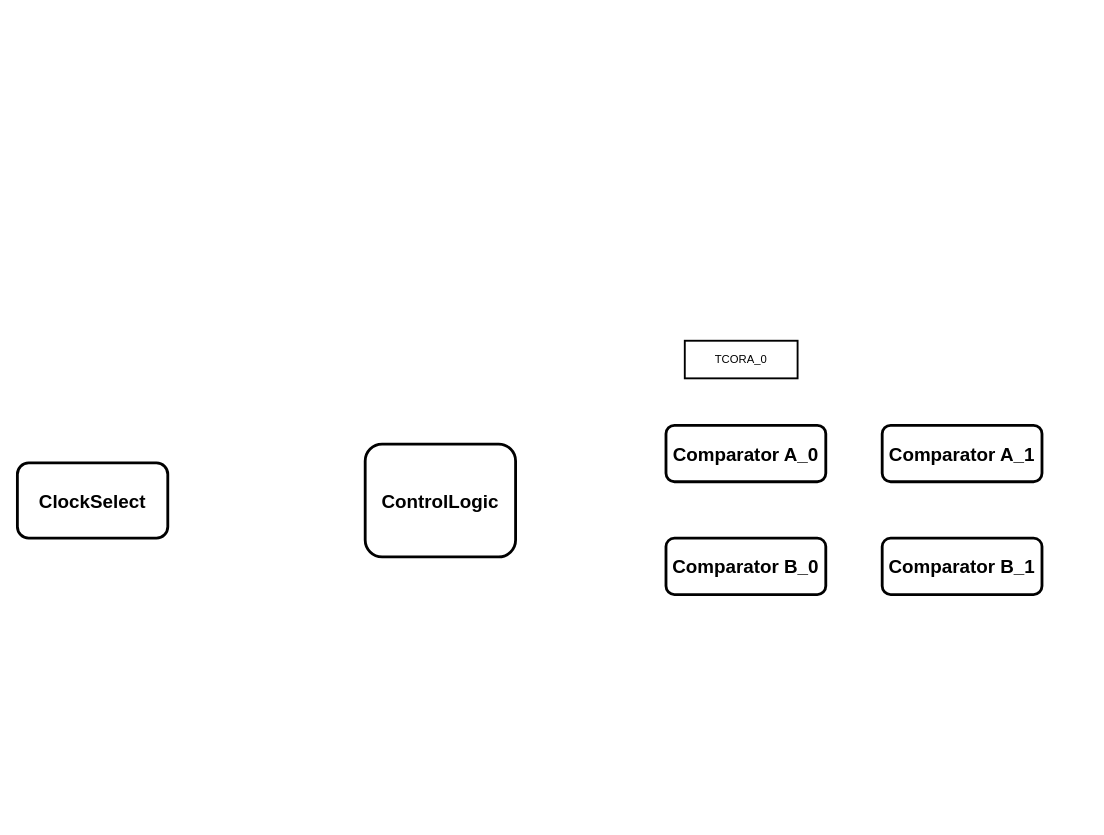
phat-tech123/8-bit-Timer keeps this draw.io diagram as 8bit_Timer.drawio. Above is the earlier version. Source tidied: cells renumbered, new cells numbered last; positions are measured from the earlier drawing's top-left corner, leaving out a move shared by most shapes. Both pictures are drawn from the tidied source at 94%, with x=0, y=0 at pixel (17, 340).
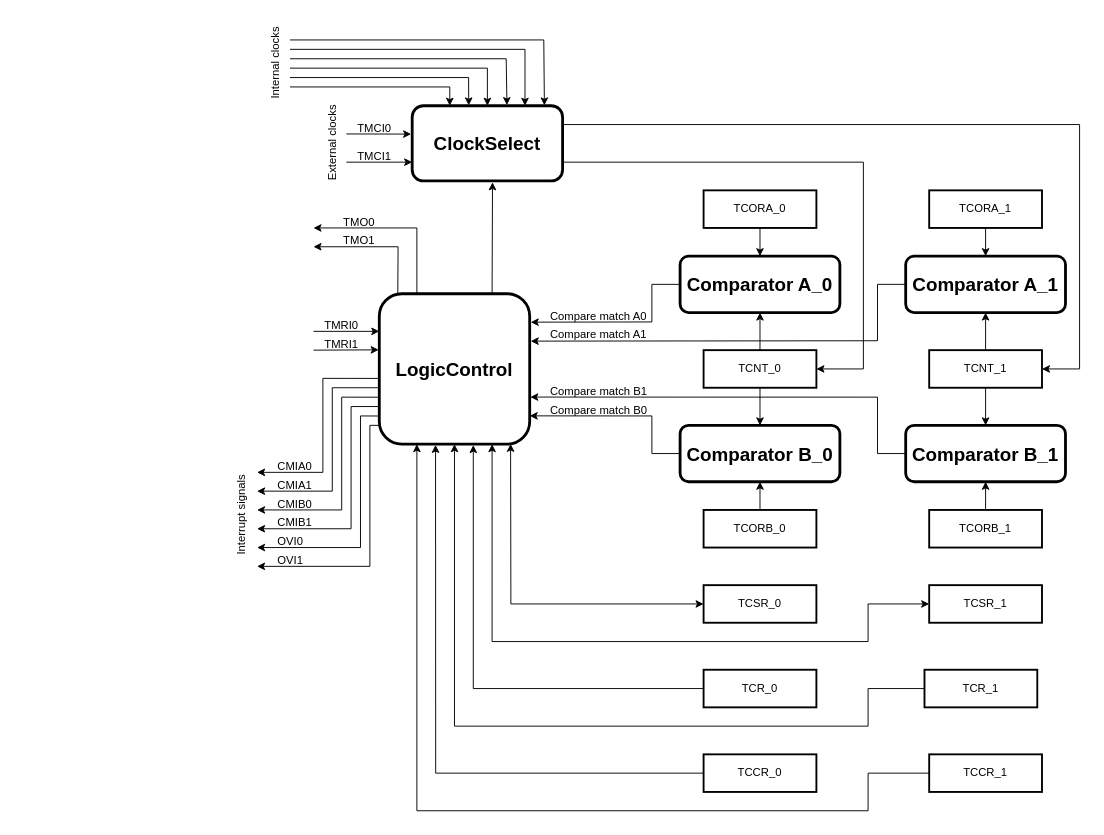
The same page after the edit.

Diff of the diagram source:
```diff
@@
     <mxCell id="2" value="&lt;font style=&quot;font-size: 20px;&quot;&gt;&lt;span&gt;ClockSelect&lt;/span&gt;&lt;/font&gt;" style="rounded=1;whiteSpace=wrap;html=1;fontStyle=1;strokeWidth=3;" parent="1" vertex="1">
-      <mxGeometry y="130" width="160" height="80" as="geometry" />
+      <mxGeometry x="420" y="-250" width="160" height="80" as="geometry" />
     </mxCell>
-    <mxCell id="3" value="&lt;font style=&quot;font-size: 20px;&quot;&gt;ControlLogic&lt;/font&gt;" style="rounded=1;whiteSpace=wrap;html=1;strokeWidth=3;fontStyle=1;" parent="1" vertex="1">
-      <mxGeometry x="370" y="110" width="160" height="120" as="geometry" />
+    <mxCell id="3" value="&lt;font style=&quot;font-size: 20px;&quot;&gt;LogicControl&lt;/font&gt;" style="rounded=1;whiteSpace=wrap;html=1;strokeWidth=3;fontStyle=1;" parent="1" vertex="1">
+      <mxGeometry x="385" y="-50" width="160" height="160" as="geometry" />
     </mxCell>
     <mxCell id="4" value="&lt;font style=&quot;font-size: 20px;&quot;&gt;Comparator A_0&lt;/font&gt;" style="rounded=1;whiteSpace=wrap;html=1;strokeWidth=3;fontStyle=1;" parent="1" vertex="1">
-      <mxGeometry x="690" y="90" width="170" height="60" as="geometry" />
+      <mxGeometry x="705" y="-90" width="170" height="60" as="geometry" />
     </mxCell>
     <mxCell id="5" value="&lt;font style=&quot;font-size: 20px;&quot;&gt;Comparator A_1&lt;/font&gt;" style="rounded=1;whiteSpace=wrap;html=1;strokeWidth=3;fontStyle=1;" parent="1" vertex="1">
-      <mxGeometry x="920" y="90" width="170" height="60" as="geometry" />
+      <mxGeometry x="945" y="-90" width="170" height="60" as="geometry" />
     </mxCell>
     <mxCell id="6" value="&lt;font style=&quot;font-size: 20px;&quot;&gt;Comparator B_0&lt;/font&gt;" style="rounded=1;whiteSpace=wrap;html=1;strokeWidth=3;fontStyle=1;" parent="1" vertex="1">
-      <mxGeometry x="690" y="210" width="170" height="60" as="geometry" />
+      <mxGeometry x="705" y="90" width="170" height="60" as="geometry" />
     </mxCell>
     <mxCell id="7" value="&lt;font style=&quot;font-size: 20px;&quot;&gt;Comparator B_1&lt;/font&gt;" style="rounded=1;whiteSpace=wrap;html=1;strokeWidth=3;fontStyle=1;" parent="1" vertex="1">
-      <mxGeometry x="920" y="210" width="170" height="60" as="geometry" />
+      <mxGeometry x="945" y="90" width="170" height="60" as="geometry" />
     </mxCell>
     <mxCell id="8" value="TCORA_0" style="rounded=0;whiteSpace=wrap;html=1;strokeWidth=2;" parent="1" vertex="1">
-      <mxGeometry x="710" width="120" height="40" as="geometry" />
+      <mxGeometry x="730" y="-160" width="120" height="40" as="geometry" />
     </mxCell>
+    <mxCell id="9" value="TCORA_1" style="rounded=0;whiteSpace=wrap;html=1;strokeWidth=2;" parent="1" vertex="1">
+      <mxGeometry x="970" y="-160" width="120" height="40" as="geometry" />
+    </mxCell>
+    <mxCell id="10" value="TCNT_0" style="rounded=0;whiteSpace=wrap;html=1;strokeWidth=2;" parent="1" vertex="1">
+      <mxGeometry x="730" y="10" width="120" height="40" as="geometry" />
+    </mxCell>
+    <mxCell id="11" value="TCNT_1" style="rounded=0;whiteSpace=wrap;html=1;strokeWidth=2;" parent="1" vertex="1">
+      <mxGeometry x="970" y="10" width="120" height="40" as="geometry" />
+    </mxCell>
+    <mxCell id="12" value="TCORB_0" style="rounded=0;whiteSpace=wrap;html=1;strokeWidth=2;" parent="1" vertex="1">
+      <mxGeometry x="730" y="180" width="120" height="40" as="geometry" />
+    </mxCell>
+    <mxCell id="13" value="TCORB_1" style="rounded=0;whiteSpace=wrap;html=1;strokeWidth=2;" parent="1" vertex="1">
+      <mxGeometry x="970" y="180" width="120" height="40" as="geometry" />
+    </mxCell>
+    <mxCell id="14" style="endArrow=classic;html=1;rounded=0;exitX=0.5;exitY=1;exitDx=0;exitDy=0;entryX=0.5;entryY=0;entryDx=0;entryDy=0;" parent="1" edge="1" source="8" target="4">
+      <mxGeometry relative="1" as="geometry" />
+    </mxCell>
+    <mxCell id="15" style="endArrow=classic;html=1;rounded=0;exitX=0.5;exitY=1;exitDx=0;exitDy=0;entryX=0.5;entryY=0;entryDx=0;entryDy=0;" parent="1" edge="1" source="9" target="5">
+      <mxGeometry relative="1" as="geometry" />
+    </mxCell>
+    <mxCell id="16" style="endArrow=classic;html=1;rounded=0;exitX=0.5;exitY=0;exitDx=0;exitDy=0;entryX=0.5;entryY=1;entryDx=0;entryDy=0;" parent="1" edge="1" source="11" target="5">
+      <mxGeometry relative="1" as="geometry" />
+    </mxCell>
+    <mxCell id="17" style="endArrow=classic;html=1;rounded=0;entryX=0.5;entryY=1;entryDx=0;entryDy=0;exitX=0.5;exitY=0;exitDx=0;exitDy=0;" parent="1" edge="1" source="10" target="4">
+      <mxGeometry relative="1" as="geometry" />
+    </mxCell>
+    <mxCell id="18" style="endArrow=classic;html=1;rounded=0;exitX=0.5;exitY=1;exitDx=0;exitDy=0;entryX=0.5;entryY=0;entryDx=0;entryDy=0;" parent="1" edge="1" source="10" target="6">
+      <mxGeometry relative="1" as="geometry" />
+    </mxCell>
+    <mxCell id="19" style="endArrow=classic;html=1;rounded=0;exitX=0.5;exitY=1;exitDx=0;exitDy=0;entryX=0.5;entryY=0;entryDx=0;entryDy=0;" parent="1" edge="1" source="11" target="7">
+      <mxGeometry relative="1" as="geometry" />
+    </mxCell>
+    <mxCell id="20" style="endArrow=classic;html=1;rounded=0;entryX=0.5;entryY=1;entryDx=0;entryDy=0;exitX=0.5;exitY=0;exitDx=0;exitDy=0;" parent="1" edge="1" source="12" target="6">
+      <mxGeometry relative="1" as="geometry" />
+    </mxCell>
+    <mxCell id="21" style="endArrow=classic;html=1;rounded=0;entryX=0.5;entryY=1;entryDx=0;entryDy=0;exitX=0.5;exitY=0;exitDx=0;exitDy=0;" parent="1" edge="1" source="13" target="7">
+      <mxGeometry relative="1" as="geometry" />
+    </mxCell>
+    <mxCell id="22" style="endArrow=classic;html=1;rounded=0;exitX=0;exitY=0.5;exitDx=0;exitDy=0;entryX=1.007;entryY=0.189;entryDx=0;entryDy=0;entryPerimeter=0;" parent="1" edge="1" source="4" target="3">
+      <mxGeometry relative="1" as="geometry">
+        <Array as="points">
+          <mxPoint x="675" y="-60" />
+          <mxPoint x="675" y="-20" />
+        </Array>
+      </mxGeometry>
+    </mxCell>
+    <mxCell id="23" style="endArrow=classic;html=1;rounded=0;exitX=0;exitY=0.5;exitDx=0;exitDy=0;entryX=1;entryY=0.812;entryDx=0;entryDy=0;entryPerimeter=0;" parent="1" edge="1" source="6" target="3">
+      <mxGeometry relative="1" as="geometry">
+        <Array as="points">
+          <mxPoint x="675" y="120" />
+          <mxPoint x="675" y="80" />
+        </Array>
+      </mxGeometry>
+    </mxCell>
+    <mxCell id="24" style="endArrow=classic;html=1;rounded=0;exitX=0;exitY=0.5;exitDx=0;exitDy=0;entryX=1.007;entryY=0.315;entryDx=0;entryDy=0;entryPerimeter=0;" parent="1" edge="1" source="5" target="3">
+      <mxGeometry relative="1" as="geometry">
+        <Array as="points">
+          <mxPoint x="915" y="-60" />
+          <mxPoint x="915" />
+        </Array>
+      </mxGeometry>
+    </mxCell>
+    <mxCell id="25" style="endArrow=classic;html=1;rounded=0;exitX=0;exitY=0.5;exitDx=0;exitDy=0;entryX=1.004;entryY=0.687;entryDx=0;entryDy=0;entryPerimeter=0;" parent="1" edge="1" source="7" target="3">
+      <mxGeometry relative="1" as="geometry">
+        <Array as="points">
+          <mxPoint x="915" y="120" />
+          <mxPoint x="915" y="60" />
+        </Array>
+      </mxGeometry>
+    </mxCell>
+    <mxCell id="26" value="Compare match A0" style="text;whiteSpace=wrap;" parent="1" vertex="1">
+      <mxGeometry x="565" y="-40" width="140" height="40" as="geometry" />
+    </mxCell>
+    <mxCell id="27" value="Compare match A1" style="text;whiteSpace=wrap;" parent="1" vertex="1">
+      <mxGeometry x="565" y="-20" width="140" height="40" as="geometry" />
+    </mxCell>
+    <mxCell id="28" value="Compare match B0" style="text;whiteSpace=wrap;" parent="1" vertex="1">
+      <mxGeometry x="565" y="60" width="140" height="40" as="geometry" />
+    </mxCell>
+    <mxCell id="29" value="Compare match B1" style="text;whiteSpace=wrap;" parent="1" vertex="1">
+      <mxGeometry x="565" y="40" width="140" height="40" as="geometry" />
+    </mxCell>
+    <mxCell id="30" value="TCSR_1" style="rounded=0;whiteSpace=wrap;html=1;strokeWidth=2;" parent="1" vertex="1">
+      <mxGeometry x="970" y="260" width="120" height="40" as="geometry" />
+    </mxCell>
+    <mxCell id="31" value="TCSR_0" style="rounded=0;whiteSpace=wrap;html=1;strokeWidth=2;" parent="1" vertex="1">
+      <mxGeometry x="730" y="260" width="120" height="40" as="geometry" />
+    </mxCell>
+    <mxCell id="32" style="endArrow=classic;startArrow=classic;html=1;rounded=0;entryX=0.873;entryY=0.998;entryDx=0;entryDy=0;entryPerimeter=0;exitX=0;exitY=0.5;exitDx=0;exitDy=0;" parent="1" edge="1" source="31" target="3">
+      <mxGeometry relative="1" as="geometry">
+        <Array as="points">
+          <mxPoint x="525" y="280" />
+        </Array>
+      </mxGeometry>
+    </mxCell>
+    <mxCell id="33" style="endArrow=classic;startArrow=classic;html=1;rounded=0;entryX=0.75;entryY=1;entryDx=0;entryDy=0;exitX=0;exitY=0.5;exitDx=0;exitDy=0;" parent="1" edge="1" source="30" target="3">
+      <mxGeometry relative="1" as="geometry">
+        <Array as="points">
+          <mxPoint x="905" y="280" />
+          <mxPoint x="905" y="320" />
+          <mxPoint x="505" y="320" />
+        </Array>
+      </mxGeometry>
+    </mxCell>
+    <mxCell id="34" value="TCR_1" style="rounded=0;whiteSpace=wrap;html=1;strokeWidth=2;" parent="1" vertex="1">
+      <mxGeometry x="965" y="350" width="120" height="40" as="geometry" />
+    </mxCell>
+    <mxCell id="35" value="TCR_0" style="rounded=0;whiteSpace=wrap;html=1;strokeWidth=2;" parent="1" vertex="1">
+      <mxGeometry x="730" y="350" width="120" height="40" as="geometry" />
+    </mxCell>
+    <mxCell id="36" value="TCCR_1" style="rounded=0;whiteSpace=wrap;html=1;strokeWidth=2;" parent="1" vertex="1">
+      <mxGeometry x="970" y="440" width="120" height="40" as="geometry" />
+    </mxCell>
+    <mxCell id="37" value="TCCR_0" style="rounded=0;whiteSpace=wrap;html=1;strokeWidth=2;" parent="1" vertex="1">
+      <mxGeometry x="730" y="440" width="120" height="40" as="geometry" />
+    </mxCell>
+    <mxCell id="38" style="endArrow=classic;html=1;rounded=0;exitX=0;exitY=0.5;exitDx=0;exitDy=0;entryX=0.625;entryY=1.006;entryDx=0;entryDy=0;entryPerimeter=0;" parent="1" edge="1" source="35" target="3">
+      <mxGeometry relative="1" as="geometry">
+        <Array as="points">
+          <mxPoint x="485" y="370" />
+        </Array>
+      </mxGeometry>
+    </mxCell>
+    <mxCell id="39" style="endArrow=classic;html=1;rounded=0;exitX=0;exitY=0.5;exitDx=0;exitDy=0;entryX=0.5;entryY=1;entryDx=0;entryDy=0;" parent="1" edge="1" source="34" target="3">
+      <mxGeometry relative="1" as="geometry">
+        <Array as="points">
+          <mxPoint x="905" y="370" />
+          <mxPoint x="905" y="410" />
+          <mxPoint x="465" y="410" />
+        </Array>
+      </mxGeometry>
+    </mxCell>
+    <mxCell id="40" style="endArrow=classic;html=1;rounded=0;entryX=0.374;entryY=1.005;entryDx=0;entryDy=0;entryPerimeter=0;exitX=0;exitY=0.5;exitDx=0;exitDy=0;" parent="1" edge="1" source="37" target="3">
+      <mxGeometry relative="1" as="geometry">
+        <Array as="points">
+          <mxPoint x="445" y="460" />
+        </Array>
+      </mxGeometry>
+    </mxCell>
+    <mxCell id="41" style="endArrow=classic;html=1;rounded=0;exitX=0;exitY=0.5;exitDx=0;exitDy=0;entryX=0.25;entryY=1;entryDx=0;entryDy=0;" parent="1" edge="1" source="36" target="3">
+      <mxGeometry relative="1" as="geometry">
+        <Array as="points">
+          <mxPoint x="905" y="460" />
+          <mxPoint x="905" y="500" />
+          <mxPoint x="425" y="500" />
+        </Array>
+      </mxGeometry>
+    </mxCell>
+    <mxCell id="42" style="endArrow=classic;html=1;rounded=0;" parent="1" edge="1">
+      <mxGeometry relative="1" as="geometry">
+        <mxPoint x="385" y="90" as="sourcePoint" />
+        <mxPoint x="255" y="240" as="targetPoint" />
+        <Array as="points">
+          <mxPoint x="375" y="90" />
+          <mxPoint x="375" y="240" />
+        </Array>
+      </mxGeometry>
+    </mxCell>
+    <mxCell id="43" style="endArrow=classic;html=1;rounded=0;exitX=0;exitY=0.813;exitDx=0;exitDy=0;exitPerimeter=0;" parent="1" edge="1" source="3">
+      <mxGeometry relative="1" as="geometry">
+        <mxPoint x="255" y="220" as="targetPoint" />
+        <Array as="points">
+          <mxPoint x="365" y="80" />
+          <mxPoint x="365" y="220" />
+        </Array>
+      </mxGeometry>
+    </mxCell>
+    <mxCell id="44" style="endArrow=classic;html=1;rounded=0;exitX=0;exitY=0.75;exitDx=0;exitDy=0;" parent="1" edge="1" source="3">
+      <mxGeometry relative="1" as="geometry">
+        <mxPoint x="255" y="200" as="targetPoint" />
+        <Array as="points">
+          <mxPoint x="355" y="70" />
+          <mxPoint x="355" y="200" />
+        </Array>
+      </mxGeometry>
+    </mxCell>
+    <mxCell id="45" style="endArrow=classic;html=1;rounded=0;exitX=0;exitY=0.688;exitDx=0;exitDy=0;exitPerimeter=0;" parent="1" edge="1" source="3">
+      <mxGeometry relative="1" as="geometry">
+        <mxPoint x="255" y="180" as="targetPoint" />
+        <Array as="points">
+          <mxPoint x="345" y="60" />
+          <mxPoint x="345" y="180" />
+        </Array>
+      </mxGeometry>
+    </mxCell>
+    <mxCell id="46" style="endArrow=classic;html=1;rounded=0;exitX=0;exitY=0.625;exitDx=0;exitDy=0;exitPerimeter=0;" parent="1" edge="1" source="3">
+      <mxGeometry relative="1" as="geometry">
+        <mxPoint x="255" y="160" as="targetPoint" />
+        <Array as="points">
+          <mxPoint x="335" y="50" />
+          <mxPoint x="335" y="160" />
+        </Array>
+      </mxGeometry>
+    </mxCell>
+    <mxCell id="47" style="endArrow=classic;html=1;rounded=0;exitX=0;exitY=0.563;exitDx=0;exitDy=0;exitPerimeter=0;" parent="1" edge="1" source="3">
+      <mxGeometry relative="1" as="geometry">
+        <mxPoint x="255" y="140" as="targetPoint" />
+        <Array as="points">
+          <mxPoint x="325" y="40" />
+          <mxPoint x="325" y="140" />
+        </Array>
+      </mxGeometry>
+    </mxCell>
+    <mxCell id="48" value="CMIA0" style="text;whiteSpace=wrap;" parent="1" vertex="1">
+      <mxGeometry x="275" y="120" width="70" height="40" as="geometry" />
+    </mxCell>
+    <mxCell id="49" value="CMIA1" style="text;whiteSpace=wrap;" parent="1" vertex="1">
+      <mxGeometry x="275" y="140" width="70" height="40" as="geometry" />
+    </mxCell>
+    <mxCell id="50" value="CMIB0" style="text;whiteSpace=wrap;" parent="1" vertex="1">
+      <mxGeometry x="275" y="160" width="70" height="40" as="geometry" />
+    </mxCell>
+    <mxCell id="51" value="CMIB1" style="text;whiteSpace=wrap;" parent="1" vertex="1">
+      <mxGeometry x="275" y="180" width="70" height="40" as="geometry" />
+    </mxCell>
+    <mxCell id="52" value="OVI0" style="text;whiteSpace=wrap;" parent="1" vertex="1">
+      <mxGeometry x="275" y="200" width="60" height="40" as="geometry" />
+    </mxCell>
+    <mxCell id="53" value="OVI1" style="text;whiteSpace=wrap;" parent="1" vertex="1">
+      <mxGeometry x="275" y="220" width="60" height="40" as="geometry" />
+    </mxCell>
+    <mxCell id="54" value="Interrupt signals" style="text;whiteSpace=wrap;rotation=-90;" parent="1" vertex="1">
+      <mxGeometry x="185" y="150" width="120" height="40" as="geometry" />
+    </mxCell>
+    <mxCell id="55" value="TMRI0" style="text;whiteSpace=wrap;" parent="1" vertex="1">
+      <mxGeometry x="325" y="-30" width="70" height="40" as="geometry" />
+    </mxCell>
+    <mxCell id="56" value="TMRI1" style="text;whiteSpace=wrap;" parent="1" vertex="1">
+      <mxGeometry x="325" y="-10" width="70" height="40" as="geometry" />
+    </mxCell>
+    <mxCell id="57" style="endArrow=classic;html=1;rounded=0;entryX=0;entryY=0.25;entryDx=0;entryDy=0;" parent="1" edge="1" target="3">
+      <mxGeometry relative="1" as="geometry">
+        <mxPoint x="315" y="-10" as="sourcePoint" />
+      </mxGeometry>
+    </mxCell>
+    <mxCell id="58" style="endArrow=classic;html=1;rounded=0;entryX=-0.004;entryY=0.373;entryDx=0;entryDy=0;entryPerimeter=0;" parent="1" edge="1" target="3">
+      <mxGeometry relative="1" as="geometry">
+        <mxPoint x="315" y="10" as="sourcePoint" />
+      </mxGeometry>
+    </mxCell>
+    <mxCell id="59" value="TMO0" style="text;whiteSpace=wrap;" parent="1" vertex="1">
+      <mxGeometry x="345" y="-140" width="70" height="40" as="geometry" />
+    </mxCell>
+    <mxCell id="60" value="TMO1" style="text;whiteSpace=wrap;" parent="1" vertex="1">
+      <mxGeometry x="345" y="-120" width="70" height="40" as="geometry" />
+    </mxCell>
+    <mxCell id="61" style="endArrow=classic;html=1;rounded=0;exitX=0.25;exitY=0;exitDx=0;exitDy=0;" parent="1" edge="1" source="3">
+      <mxGeometry relative="1" as="geometry">
+        <mxPoint x="315" y="-120" as="targetPoint" />
+        <Array as="points">
+          <mxPoint x="425" y="-120" />
+        </Array>
+      </mxGeometry>
+    </mxCell>
+    <mxCell id="62" style="endArrow=classic;html=1;rounded=0;exitX=0.123;exitY=0;exitDx=0;exitDy=0;exitPerimeter=0;" parent="1" edge="1" source="3">
+      <mxGeometry relative="1" as="geometry">
+        <mxPoint x="315" y="-100" as="targetPoint" />
+        <Array as="points">
+          <mxPoint x="405" y="-100" />
+        </Array>
+      </mxGeometry>
+    </mxCell>
+    <mxCell id="63" style="endArrow=classic;html=1;rounded=0;entryX=0.25;entryY=0;entryDx=0;entryDy=0;" parent="1" edge="1" target="2">
+      <mxGeometry relative="1" as="geometry">
+        <mxPoint x="290" y="-270" as="sourcePoint" />
+        <Array as="points">
+          <mxPoint x="460" y="-270" />
+        </Array>
+      </mxGeometry>
+    </mxCell>
+    <mxCell id="64" style="endArrow=classic;html=1;rounded=0;entryX=0.5;entryY=0;entryDx=0;entryDy=0;" parent="1" edge="1" target="2">
+      <mxGeometry relative="1" as="geometry">
+        <mxPoint x="290" y="-290" as="sourcePoint" />
+        <Array as="points">
+          <mxPoint x="500" y="-290" />
+        </Array>
+      </mxGeometry>
+    </mxCell>
+    <mxCell id="65" style="endArrow=classic;html=1;rounded=0;entryX=0.75;entryY=0;entryDx=0;entryDy=0;" parent="1" edge="1" target="2">
+      <mxGeometry relative="1" as="geometry">
+        <mxPoint x="290" y="-310" as="sourcePoint" />
+        <Array as="points">
+          <mxPoint x="540" y="-310" />
+        </Array>
+      </mxGeometry>
+    </mxCell>
+    <mxCell id="66" style="endArrow=classic;html=1;rounded=0;entryX=0.376;entryY=-0.005;entryDx=0;entryDy=0;entryPerimeter=0;" parent="1" edge="1" target="2">
+      <mxGeometry relative="1" as="geometry">
+        <mxPoint x="290" y="-280" as="sourcePoint" />
+        <Array as="points">
+          <mxPoint x="480" y="-280" />
+        </Array>
+      </mxGeometry>
+    </mxCell>
+    <mxCell id="67" style="endArrow=classic;html=1;rounded=0;entryX=0.63;entryY=-0.009;entryDx=0;entryDy=0;entryPerimeter=0;" parent="1" edge="1" target="2">
+      <mxGeometry relative="1" as="geometry">
+        <mxPoint x="290" y="-300" as="sourcePoint" />
+        <Array as="points">
+          <mxPoint x="520" y="-300" />
+        </Array>
+      </mxGeometry>
+    </mxCell>
+    <mxCell id="68" style="endArrow=classic;html=1;rounded=0;entryX=0.879;entryY=-0.005;entryDx=0;entryDy=0;entryPerimeter=0;" parent="1" edge="1" target="2">
+      <mxGeometry relative="1" as="geometry">
+        <mxPoint x="290" y="-320" as="sourcePoint" />
+        <Array as="points">
+          <mxPoint x="560" y="-320" />
+        </Array>
+      </mxGeometry>
+    </mxCell>
+    <mxCell id="69" value="TMCI0" style="text;whiteSpace=wrap;" parent="1" vertex="1">
+      <mxGeometry x="360" y="-240" width="70" height="40" as="geometry" />
+    </mxCell>
+    <mxCell id="70" style="endArrow=classic;html=1;rounded=0;entryX=-0.007;entryY=0.377;entryDx=0;entryDy=0;entryPerimeter=0;" parent="1" edge="1" target="2">
+      <mxGeometry relative="1" as="geometry">
+        <mxPoint x="350" y="-220" as="sourcePoint" />
+      </mxGeometry>
+    </mxCell>
+    <mxCell id="71" style="endArrow=classic;html=1;rounded=0;entryX=0;entryY=0.75;entryDx=0;entryDy=0;" parent="1" edge="1" target="2">
+      <mxGeometry relative="1" as="geometry">
+        <mxPoint x="350" y="-190" as="sourcePoint" />
+      </mxGeometry>
+    </mxCell>
+    <mxCell id="72" value="TMCI1" style="text;whiteSpace=wrap;" parent="1" vertex="1">
+      <mxGeometry x="360" y="-210" width="70" height="40" as="geometry" />
+    </mxCell>
+    <mxCell id="73" style="endArrow=classic;html=1;rounded=0;exitX=0.75;exitY=0;exitDx=0;exitDy=0;entryX=0.534;entryY=1.018;entryDx=0;entryDy=0;entryPerimeter=0;" parent="1" edge="1" source="3" target="2">
+      <mxGeometry relative="1" as="geometry" />
+    </mxCell>
+    <mxCell id="74" style="endArrow=classic;html=1;rounded=0;exitX=1;exitY=0.75;exitDx=0;exitDy=0;entryX=1;entryY=0.5;entryDx=0;entryDy=0;" parent="1" edge="1" source="2" target="10">
+      <mxGeometry relative="1" as="geometry">
+        <Array as="points">
+          <mxPoint x="900" y="-190" />
+          <mxPoint x="900" y="30" />
+        </Array>
+      </mxGeometry>
+    </mxCell>
+    <mxCell id="75" style="endArrow=classic;html=1;rounded=0;exitX=1;exitY=0.25;exitDx=0;exitDy=0;entryX=1;entryY=0.5;entryDx=0;entryDy=0;" parent="1" edge="1" source="2" target="11">
+      <mxGeometry relative="1" as="geometry">
+        <Array as="points">
+          <mxPoint x="1130" y="-230" />
+          <mxPoint x="1130" y="30" />
+        </Array>
+      </mxGeometry>
+    </mxCell>
+    <mxCell id="76" value="External clocks" style="text;html=1;align=center;verticalAlign=middle;strokeColor=none;fillColor=none;rotation=-90;" parent="1" vertex="1">
+      <mxGeometry x="285" y="-225" width="100" height="30" as="geometry" />
+    </mxCell>
+    <mxCell id="77" value="Internal clocks" style="text;html=1;align=center;verticalAlign=middle;strokeColor=none;fillColor=none;rotation=-90;" parent="1" vertex="1">
+      <mxGeometry x="225" y="-310" width="100" height="30" as="geometry" />
+    </mxCell>
```
